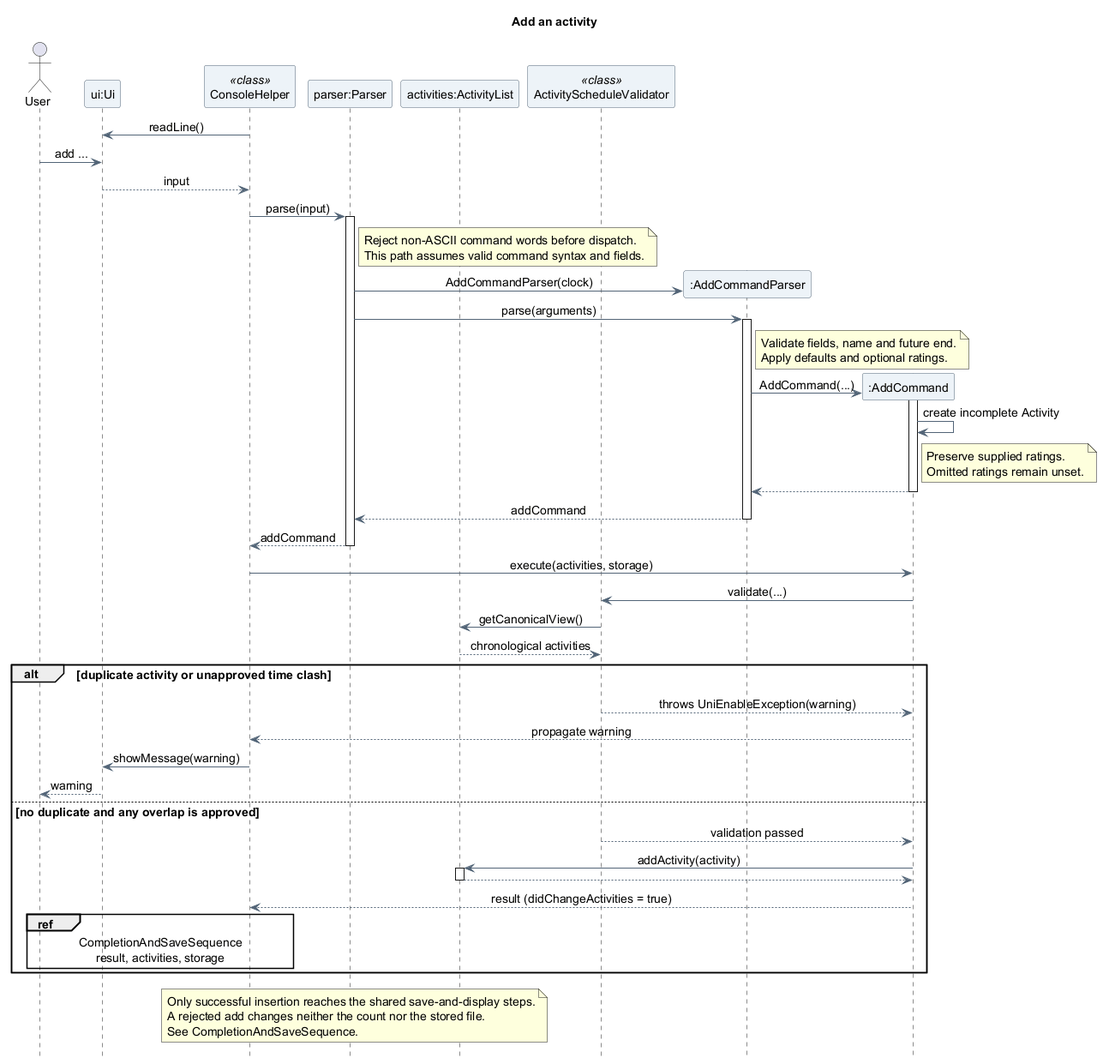
The PlantUML diagram docs/images/atharva/sequence/AddActivitySequence.png in AY2627S1-CS2113-T10-4/tp, before a commit.
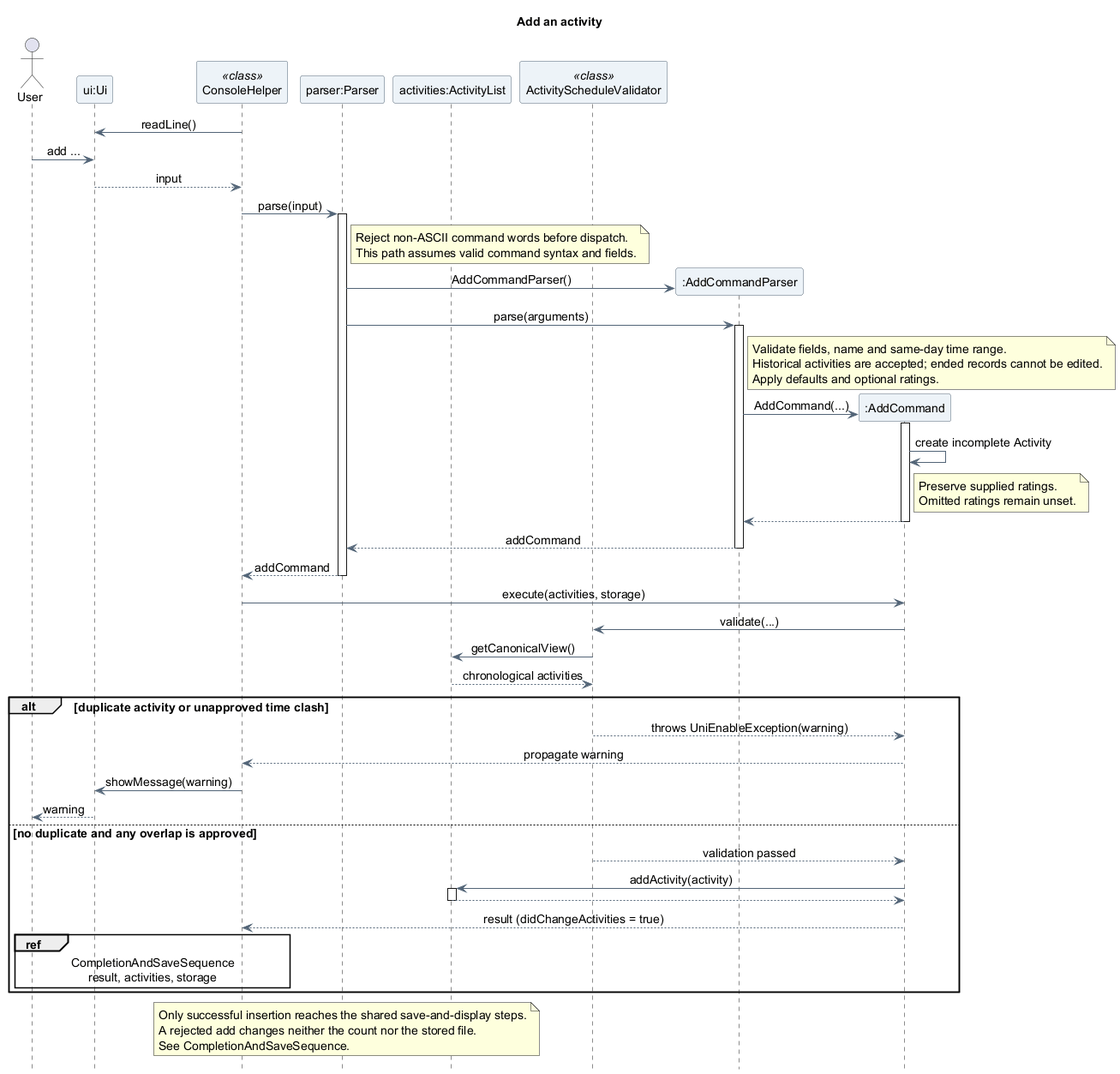
Above is the later version.

Commit message:
fix(add): permit historical recording while retaining the ended-edit lock

The edit, as a diff of the source:
```diff
@@ -28,11 +28,12 @@
   This path assumes valid command syntax and fields.
 end note
 create participant ":AddCommandParser" as AddParser
-Parser -> AddParser : AddCommandParser(clock)
+Parser -> AddParser : AddCommandParser()
 Parser -> AddParser : parse(arguments)
 activate AddParser
 note right of AddParser
-  Validate fields, name and future end.
+  Validate fields, name and same-day time range.
+  Historical activities are accepted; ended records cannot be edited.
   Apply defaults and optional ratings.
 end note
 create participant ":AddCommand" as Add
```
